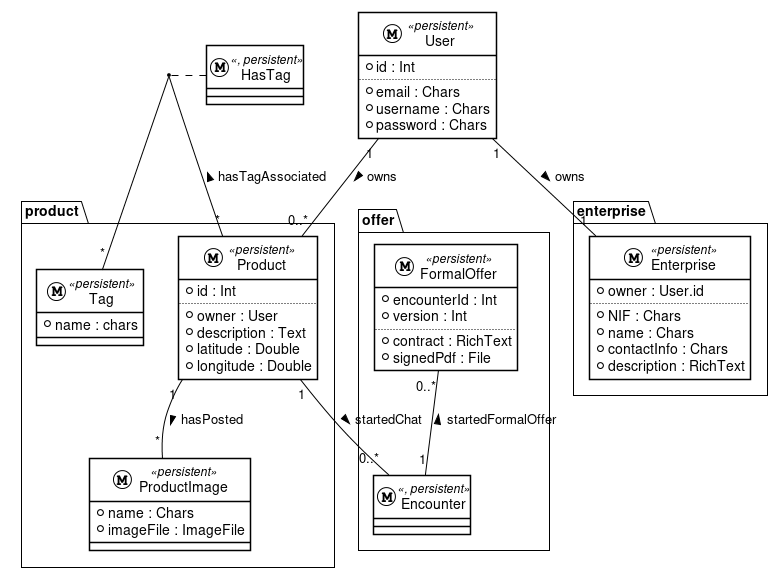
Earlier version of the PlantUML export 27-oct/img/database-model.png (commed-it/docs).
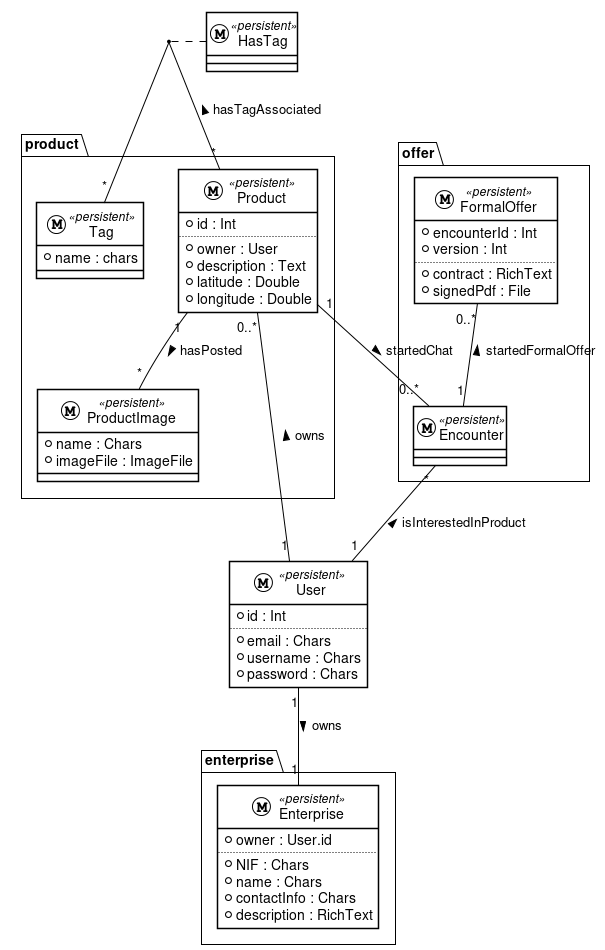
Above is the later version.

Commit message:
database-model.

Change to the diagram source:
```diff
@@ -36,10 +36,10 @@
     + password : Chars
 }
 
-class HasTag <<(M, #FFFFFF), persistent>> {
+class HasTag <<(M, #FFFFFF) persistent>> {
 }
 
-class offer.Encounter <<(M, #FFFFFF), persistent>> {
+class offer.Encounter <<(M, #FFFFFF) persistent>> {
 }
 class offer.FormalOffer <<(M, #FFFFFF) persistent>> {
     + encounterId : Int
@@ -56,4 +56,5 @@
 product.Product "*" -- "*" product.Tag : hasTagAssociated >
 (product.Product, product.Tag) .. HasTag
 offer.FormalOffer "0..*" -- "1" offer.Encounter : startedFormalOffer <
+offer.Encounter "*" -- "1" User : isInterestedInProduct <
 @enduml
```
